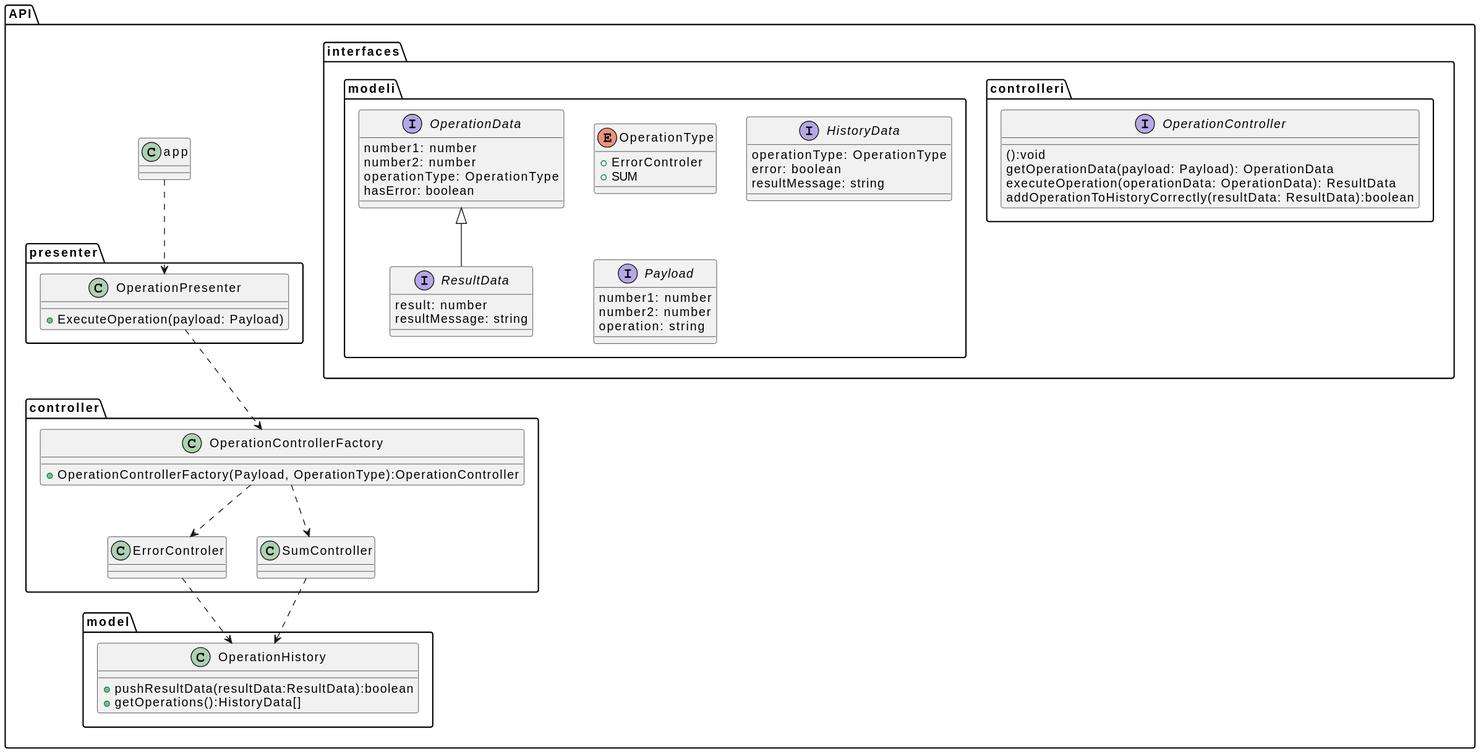
The PlantUML diagram doc/MainDiagram.svg in moroquin/git-conflict-workshop, before a commit. Its diagram source:
```plantuml
@startuml
package API{

    package interfaces{
        package controlleri{
            interface OperationController{
                ():void
                getOperationData(payload: Payload): OperationData
                executeOperation(operationData: OperationData): ResultData
                addOperationToHistoryCorrectly(resultData: ResultData):boolean
            }
        }

        package modeli{
            enum OperationType{
                + ErrorControler
                + SUM
            }

            interface OperationData{
                number1: number
                number2: number
                operationType: OperationType
                hasError: boolean
            }

            interface ResultData {
                result: number
                resultMessage: string
            }

            interface HistoryData{
                operationType: OperationType
                error: boolean
                resultMessage: string
            }

            interface Payload{
                number1: number
                number2: number
                operation: string
            }

            ResultData -up-|> OperationData

        }
    }

    class app{}

    package controller{
        class OperationControllerFactory{
            + OperationControllerFactory(Payload, OperationType):OperationController
        }
        class ErrorControler{}
        class SumController{}
    }

    package model{
        class OperationHistory{
            + pushResultData(resultData:ResultData):boolean
            + getOperations():HistoryData[]
        }

    }

    package presenter{
        class OperationPresenter{
            + ExecuteOperation(payload: Payload)
        }
    }

    app ..> OperationPresenter

    OperationPresenter ..> OperationControllerFactory
    OperationControllerFactory ..> SumController
    OperationControllerFactory ..> ErrorControler

    ErrorControler ..> OperationHistory
    SumController ..> OperationHistory
}
@enduml
```
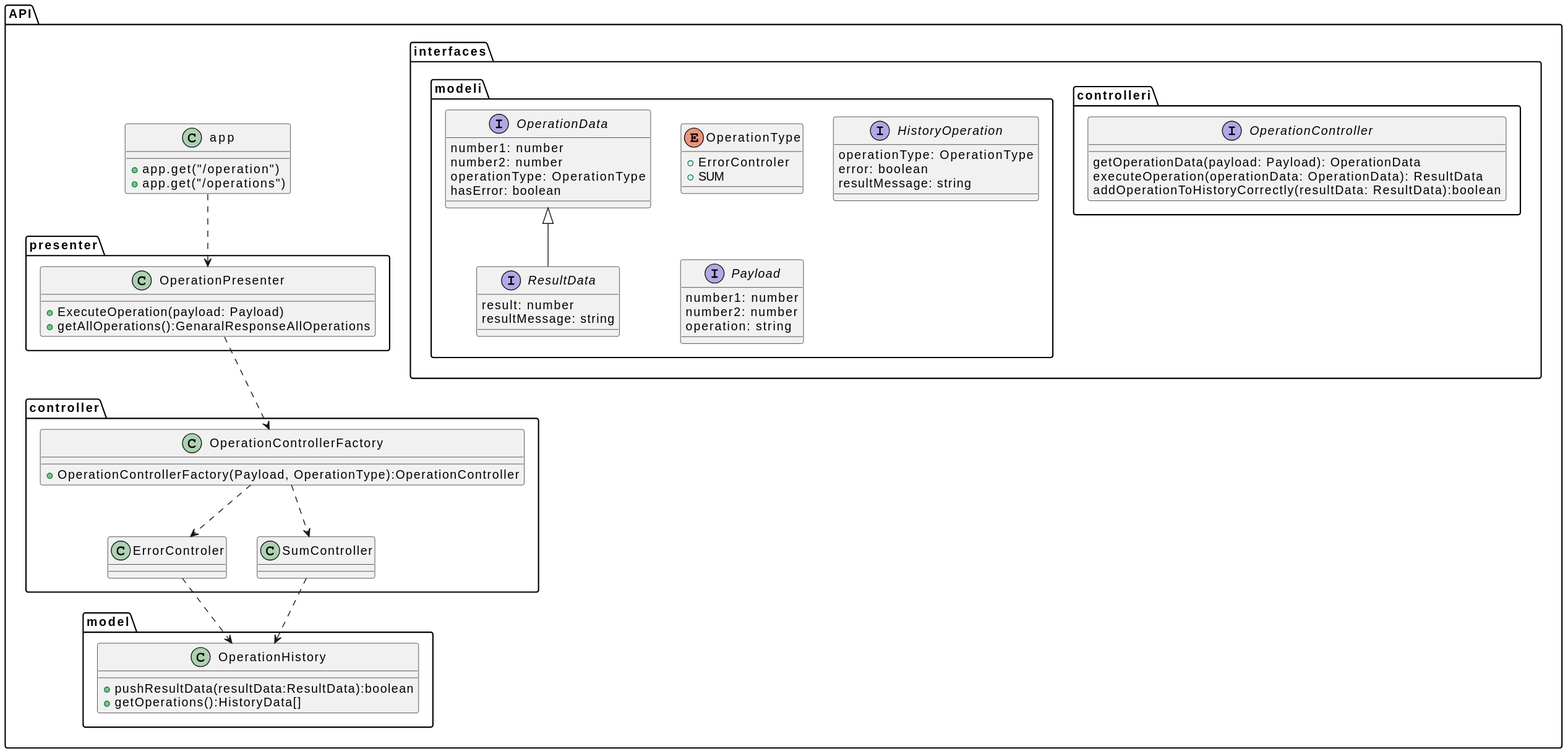
Later version of the same file.

Diff of the diagram source:
```diff
@@ -4,7 +4,6 @@
     package interfaces{
         package controlleri{
             interface OperationController{
-                ():void
                 getOperationData(payload: Payload): OperationData
                 executeOperation(operationData: OperationData): ResultData
                 addOperationToHistoryCorrectly(resultData: ResultData):boolean
@@ -29,7 +28,7 @@
                 resultMessage: string
             }
 
-            interface HistoryData{
+            interface HistoryOperation{
                 operationType: OperationType
                 error: boolean
                 resultMessage: string
@@ -46,7 +45,10 @@
         }
     }
 
-    class app{}
+    class app{
+        + app.get("/operation")
+        + app.get("/operations")
+    }
 
     package controller{
         class OperationControllerFactory{
@@ -67,6 +69,7 @@
     package presenter{
         class OperationPresenter{
             + ExecuteOperation(payload: Payload)
+            + getAllOperations():GenaralResponseAllOperations
         }
     }
 
```
